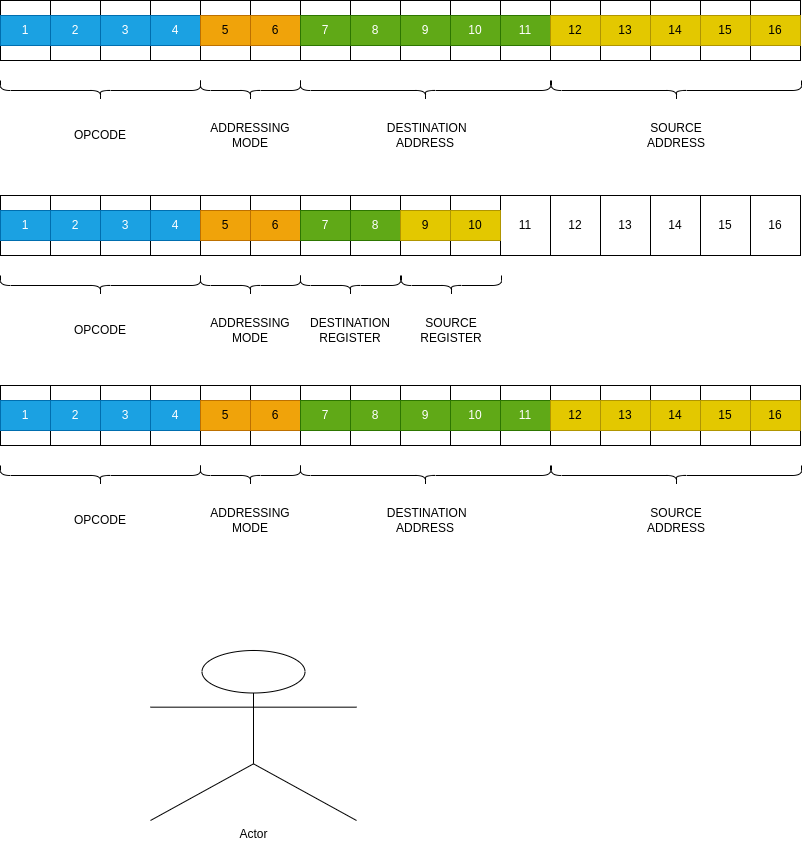
Earlier version of the draw.io export Diagrams/Instruction_Format.drawio.png (AbiPrescott/Sharp-R8). Source tidied: cells renumbered, new cells last; positions are measured from the earlier drawing's top-left corner, leaving out a move shared by most shapes.
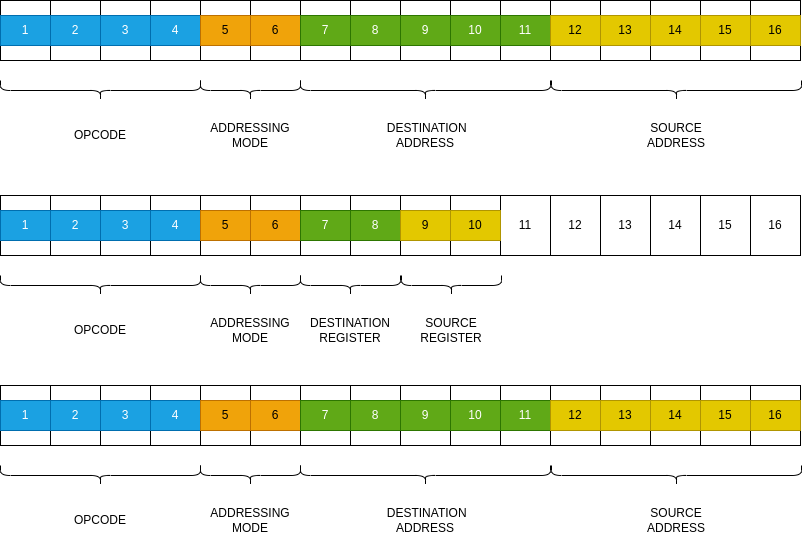
Above is the later version.

What changed in the source:
```diff
@@ -506,8 +506,5 @@
     <mxCell id="124" value="SOURCE ADDRESS" style="text;strokeColor=none;align=center;fillColor=none;html=1;verticalAlign=middle;whiteSpace=wrap;rounded=0;" parent="1" vertex="1">
       <mxGeometry x="646" y="540" width="60" height="30" as="geometry" />
     </mxCell>
-    <mxCell id="125" value="Actor" style="shape=umlActor;verticalLabelPosition=bottom;verticalAlign=top;html=1;" parent="1" vertex="1">
-      <mxGeometry x="150" y="685" width="206" height="170" as="geometry" />
-    </mxCell>
   </root>
 </mxGraphModel>
```
